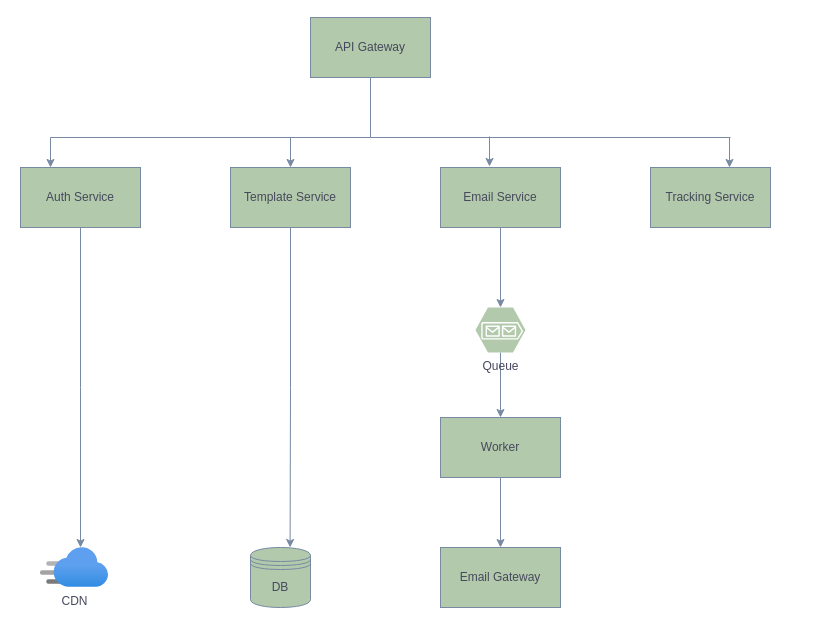
VikashChauhan51/system-design keeps this draw.io diagram as docs/High Level System Design/Email Service/Email Service Architecture.drawio. Above is the earlier version. Source tidied: cells renumbered, new cells numbered last; positions are measured from the earlier drawing's top-left corner, leaving out a move shared by most shapes. Both pictures are drawn from the tidied source at 100%, with x=0, y=0 at pixel (20, 17).
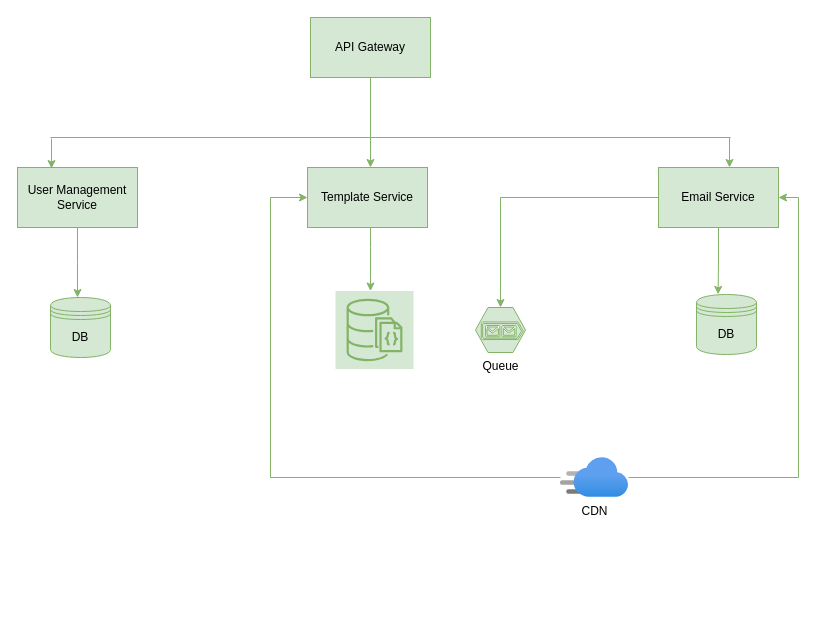
Above is the later version.

Commit message (it also covers changes not shown here):
completed email service design

Diff of the diagram source:
```diff
@@
-    <mxCell id="2" value="API Gateway" style="rounded=0;whiteSpace=wrap;html=1;labelBackgroundColor=none;fillColor=#B2C9AB;strokeColor=#788AA3;fontColor=#46495D;" parent="1" vertex="1">
+    <mxCell id="2" value="API Gateway" style="rounded=0;whiteSpace=wrap;html=1;labelBackgroundColor=none;fillColor=#d5e8d4;strokeColor=#82b366;" parent="1" vertex="1">
       <mxGeometry x="290" width="120" height="60" as="geometry" />
     </mxCell>
-    <mxCell id="3" style="edgeStyle=orthogonalEdgeStyle;rounded=0;jettySize=auto;html=1;labelBackgroundColor=none;strokeColor=#788AA3;fontColor=default;" parent="1" edge="1" source="4">
-      <mxGeometry relative="1" as="geometry">
-        <mxPoint x="60" y="530" as="targetPoint" />
-      </mxGeometry>
-    </mxCell>
+    <mxCell id="24" style="edgeStyle=orthogonalEdgeStyle;rounded=0;jettySize=auto;html=1;labelBackgroundColor=none;strokeColor=#82b366;fontColor=default;fillColor=#d5e8d4;" parent="1" edge="1" source="4">
+      <mxGeometry relative="1" as="geometry">
+        <mxPoint x="57" y="280" as="targetPoint" />
+      </mxGeometry>
+    </mxCell>
-    <mxCell id="4" value="Auth Service" style="rounded=0;whiteSpace=wrap;html=1;labelBackgroundColor=none;fillColor=#B2C9AB;strokeColor=#788AA3;fontColor=#46495D;" parent="1" vertex="1">
-      <mxGeometry y="150" width="120" height="60" as="geometry" />
+    <mxCell id="4" value="User Management Service" style="rounded=0;whiteSpace=wrap;html=1;labelBackgroundColor=none;fillColor=#d5e8d4;strokeColor=#82b366;" parent="1" vertex="1">
+      <mxGeometry x="-3" y="150" width="120" height="60" as="geometry" />
     </mxCell>
+    <mxCell id="25" style="edgeStyle=orthogonalEdgeStyle;rounded=0;jettySize=auto;html=1;labelBackgroundColor=none;strokeColor=#82b366;fontColor=default;fillColor=#d5e8d4;" parent="1" edge="1" source="5" target="28">
+      <mxGeometry relative="1" as="geometry">
+        <Array as="points">
+          <mxPoint x="350" y="230" />
+          <mxPoint x="350" y="230" />
+        </Array>
+      </mxGeometry>
+    </mxCell>
-    <mxCell id="5" value="Template Service" style="rounded=0;whiteSpace=wrap;html=1;labelBackgroundColor=none;fillColor=#B2C9AB;strokeColor=#788AA3;fontColor=#46495D;" parent="1" vertex="1">
-      <mxGeometry x="210" y="150" width="120" height="60" as="geometry" />
+    <mxCell id="5" value="Template Service" style="rounded=0;whiteSpace=wrap;html=1;labelBackgroundColor=none;fillColor=#d5e8d4;strokeColor=#82b366;" parent="1" vertex="1">
+      <mxGeometry x="287" y="150" width="120" height="60" as="geometry" />
     </mxCell>
-    <mxCell id="6" value="Email Service" style="rounded=0;whiteSpace=wrap;html=1;labelBackgroundColor=none;fillColor=#B2C9AB;strokeColor=#788AA3;fontColor=#46495D;" parent="1" vertex="1">
-      <mxGeometry x="420" y="150" width="120" height="60" as="geometry" />
+    <mxCell id="6" value="Email Service" style="rounded=0;whiteSpace=wrap;html=1;labelBackgroundColor=none;fillColor=#d5e8d4;strokeColor=#82b366;" parent="1" vertex="1">
+      <mxGeometry x="638" y="150" width="120" height="60" as="geometry" />
     </mxCell>
-    <mxCell id="7" value="Tracking Service" style="rounded=0;whiteSpace=wrap;html=1;labelBackgroundColor=none;fillColor=#B2C9AB;strokeColor=#788AA3;fontColor=#46495D;" parent="1" vertex="1">
-      <mxGeometry x="630" y="150" width="120" height="60" as="geometry" />
-    </mxCell>
-    <mxCell id="8" style="endArrow=none;html=1;rounded=0;exitX=0.5;exitY=1;exitDx=0;exitDy=0;labelBackgroundColor=none;strokeColor=#788AA3;fontColor=default;" parent="1" edge="1" source="2">
+    <mxCell id="8" style="endArrow=none;html=1;rounded=0;exitX=0.5;exitY=1;exitDx=0;exitDy=0;labelBackgroundColor=none;strokeColor=#82b366;fontColor=default;fillColor=#d5e8d4;" parent="1" edge="1" source="2">
       <mxGeometry relative="1" as="geometry">
         <mxPoint x="350" y="120" as="targetPoint" />
       </mxGeometry>
     </mxCell>
-    <mxCell id="9" style="endArrow=none;html=1;rounded=0;labelBackgroundColor=none;strokeColor=#788AA3;fontColor=default;" parent="1" edge="1">
+    <mxCell id="9" style="endArrow=none;html=1;rounded=0;labelBackgroundColor=none;strokeColor=#82b366;fontColor=default;fillColor=#d5e8d4;" parent="1" edge="1">
       <mxGeometry relative="1" as="geometry">
         <mxPoint x="30" y="120" as="sourcePoint" />
         <mxPoint x="350" y="120" as="targetPoint" />
       </mxGeometry>
     </mxCell>
-    <mxCell id="10" style="endArrow=none;html=1;rounded=0;labelBackgroundColor=none;strokeColor=#788AA3;fontColor=default;" parent="1" edge="1">
+    <mxCell id="10" style="endArrow=none;html=1;rounded=0;labelBackgroundColor=none;strokeColor=#82b366;fontColor=default;fillColor=#d5e8d4;" parent="1" edge="1">
       <mxGeometry relative="1" as="geometry">
         <mxPoint x="350" y="120" as="sourcePoint" />
         <mxPoint x="710" y="120" as="targetPoint" />
       </mxGeometry>
     </mxCell>
-    <mxCell id="11" style="endArrow=classic;html=1;rounded=0;entryX=0.25;entryY=0;entryDx=0;entryDy=0;labelBackgroundColor=none;strokeColor=#788AA3;fontColor=default;" parent="1" edge="1" target="4">
-      <mxGeometry relative="1" as="geometry">
-        <mxPoint x="30" y="120" as="sourcePoint" />
-      </mxGeometry>
-    </mxCell>
-    <mxCell id="12" style="endArrow=classic;html=1;rounded=0;labelBackgroundColor=none;strokeColor=#788AA3;fontColor=default;" parent="1" edge="1" target="5">
+    <mxCell id="12" style="endArrow=classic;html=1;rounded=0;labelBackgroundColor=none;strokeColor=#82b366;fontColor=default;fillColor=#d5e8d4;" parent="1" edge="1">
       <mxGeometry relative="1" as="geometry">
-        <mxPoint x="270" y="120" as="sourcePoint" />
+        <mxPoint x="350" y="120" as="sourcePoint" />
+        <mxPoint x="350" y="150" as="targetPoint" />
       </mxGeometry>
     </mxCell>
-    <mxCell id="13" style="endArrow=classic;html=1;rounded=0;labelBackgroundColor=none;strokeColor=#788AA3;fontColor=default;" parent="1" edge="1">
-      <mxGeometry relative="1" as="geometry">
-        <mxPoint x="469" y="119" as="sourcePoint" />
-        <mxPoint x="469" y="149" as="targetPoint" />
-      </mxGeometry>
-    </mxCell>
-    <mxCell id="14" style="endArrow=classic;html=1;rounded=0;labelBackgroundColor=none;strokeColor=#788AA3;fontColor=default;" parent="1" edge="1">
+    <mxCell id="14" style="endArrow=classic;html=1;rounded=0;labelBackgroundColor=none;strokeColor=#82b366;fontColor=default;fillColor=#d5e8d4;" parent="1" edge="1">
       <mxGeometry relative="1" as="geometry">
         <mxPoint x="709" y="120" as="sourcePoint" />
         <mxPoint x="709" y="150" as="targetPoint" />
       </mxGeometry>
     </mxCell>
-    <mxCell id="15" style="edgeStyle=orthogonalEdgeStyle;rounded=0;jettySize=auto;html=1;entryX=0.5;entryY=0;entryDx=0;entryDy=0;labelBackgroundColor=none;strokeColor=#788AA3;fontColor=default;" parent="1" edge="1" source="16" target="19">
-      <mxGeometry relative="1" as="geometry" />
-    </mxCell>
-    <mxCell id="16" value="Queue" style="verticalLabelPosition=bottom;html=1;verticalAlign=top;align=center;strokeColor=none;fillColor=#B2C9AB;shape=mxgraph.azure.storage_queue;labelBackgroundColor=none;fontColor=#46495D;" parent="1" vertex="1">
+    <mxCell id="16" value="Queue" style="verticalLabelPosition=bottom;html=1;verticalAlign=top;align=center;strokeColor=#82b366;fillColor=#d5e8d4;shape=mxgraph.azure.storage_queue;labelBackgroundColor=none;" parent="1" vertex="1">
       <mxGeometry x="455" y="290" width="50" height="45" as="geometry" />
     </mxCell>
-    <mxCell id="17" style="edgeStyle=orthogonalEdgeStyle;rounded=0;jettySize=auto;html=1;entryX=0.5;entryY=0;entryDx=0;entryDy=0;entryPerimeter=0;labelBackgroundColor=none;strokeColor=#788AA3;fontColor=default;" parent="1" edge="1" source="6" target="16">
+    <mxCell id="17" style="edgeStyle=orthogonalEdgeStyle;rounded=0;jettySize=auto;html=1;entryX=0.5;entryY=0;entryDx=0;entryDy=0;entryPerimeter=0;labelBackgroundColor=none;strokeColor=#82b366;fontColor=default;fillColor=#d5e8d4;" parent="1" edge="1" source="6" target="16">
       <mxGeometry relative="1" as="geometry" />
     </mxCell>
-    <mxCell id="18" style="edgeStyle=orthogonalEdgeStyle;rounded=0;jettySize=auto;html=1;labelBackgroundColor=none;strokeColor=#788AA3;fontColor=default;" parent="1" edge="1" source="19" target="20">
-      <mxGeometry relative="1" as="geometry" />
-    </mxCell>
-    <mxCell id="19" value="Worker" style="rounded=0;whiteSpace=wrap;html=1;labelBackgroundColor=none;fillColor=#B2C9AB;strokeColor=#788AA3;fontColor=#46495D;" parent="1" vertex="1">
-      <mxGeometry x="420" y="400" width="120" height="60" as="geometry" />
-    </mxCell>
-    <mxCell id="20" value="Email Gateway" style="rounded=0;whiteSpace=wrap;html=1;labelBackgroundColor=none;fillColor=#B2C9AB;strokeColor=#788AA3;fontColor=#46495D;" parent="1" vertex="1">
-      <mxGeometry x="420" y="530" width="120" height="60" as="geometry" />
-    </mxCell>
-    <mxCell id="21" value="DB" style="shape=datastore;whiteSpace=wrap;html=1;labelBackgroundColor=none;fillColor=#B2C9AB;strokeColor=#788AA3;fontColor=#46495D;" parent="1" vertex="1">
-      <mxGeometry x="230" y="530" width="60" height="60" as="geometry" />
-    </mxCell>
-    <mxCell id="22" style="edgeStyle=orthogonalEdgeStyle;rounded=0;jettySize=auto;html=1;entryX=0.66;entryY=0;entryDx=0;entryDy=0;entryPerimeter=0;labelBackgroundColor=none;strokeColor=#788AA3;fontColor=default;" parent="1" edge="1" source="5" target="21">
-      <mxGeometry relative="1" as="geometry" />
-    </mxCell>
+    <mxCell id="26" value="DB" style="shape=datastore;whiteSpace=wrap;html=1;labelBackgroundColor=none;fillColor=#d5e8d4;strokeColor=#82b366;" parent="1" vertex="1">
+      <mxGeometry x="30" y="280" width="60" height="60" as="geometry" />
+    </mxCell>
+    <mxCell id="27" value="DB" style="shape=datastore;whiteSpace=wrap;html=1;labelBackgroundColor=none;fillColor=#d5e8d4;strokeColor=#82b366;" parent="1" vertex="1">
+      <mxGeometry x="676" y="277" width="60" height="60" as="geometry" />
+    </mxCell>
+    <mxCell id="28" style="sketch=0;points=[[0,0,0],[0.25,0,0],[0.5,0,0],[0.75,0,0],[1,0,0],[0,1,0],[0.25,1,0],[0.5,1,0],[0.75,1,0],[1,1,0],[0,0.25,0],[0,0.5,0],[0,0.75,0],[1,0.25,0],[1,0.5,0],[1,0.75,0]];outlineConnect=0;fillColor=#d5e8d4;strokeColor=#82b366;dashed=0;verticalLabelPosition=bottom;verticalAlign=top;align=center;html=1;fontSize=12;fontStyle=0;shape=mxgraph.aws4.resourceIcon;resIcon=mxgraph.aws4.documentdb_with_mongodb_compatibility;labelBackgroundColor=none;" parent="1" vertex="1">
+      <mxGeometry x="315" y="273.5" width="78" height="78" as="geometry" />
+    </mxCell>
+    <mxCell id="29" style="edgeStyle=orthogonalEdgeStyle;rounded=0;jettySize=auto;html=1;entryX=0.36;entryY=-0.003;entryDx=0;entryDy=0;entryPerimeter=0;labelBackgroundColor=none;strokeColor=#82b366;fontColor=default;fillColor=#d5e8d4;" parent="1" edge="1" source="6" target="27">
+      <mxGeometry relative="1" as="geometry" />
+    </mxCell>
+    <mxCell id="30" style="endArrow=classic;html=1;rounded=0;labelBackgroundColor=none;strokeColor=#82b366;fontColor=default;fillColor=#d5e8d4;" parent="1" edge="1">
+      <mxGeometry relative="1" as="geometry">
+        <mxPoint x="31" y="121" as="sourcePoint" />
+        <mxPoint x="31" y="151" as="targetPoint" />
+      </mxGeometry>
+    </mxCell>
+    <mxCell id="31" style="edgeStyle=orthogonalEdgeStyle;rounded=0;jettySize=auto;html=1;entryX=1;entryY=0.5;entryDx=0;entryDy=0;labelBackgroundColor=none;strokeColor=#82b366;fontColor=default;fillColor=#d5e8d4;" parent="1" edge="1" source="23" target="6">
+      <mxGeometry relative="1" as="geometry" />
+    </mxCell>
+    <mxCell id="32" style="edgeStyle=orthogonalEdgeStyle;rounded=0;jettySize=auto;html=1;entryX=0;entryY=0.5;entryDx=0;entryDy=0;labelBackgroundColor=none;strokeColor=#82b366;fontColor=default;fillColor=#d5e8d4;" parent="1" edge="1" source="23" target="5">
+      <mxGeometry relative="1" as="geometry">
+        <Array as="points">
+          <mxPoint x="250" y="460" />
+          <mxPoint x="250" y="180" />
+        </Array>
+      </mxGeometry>
+    </mxCell>
-    <mxCell id="23" value="CDN" style="image;html=1;points=[];align=center;fontSize=12;image=img/lib/azure2/networking/CDN_Profiles.svg;labelBackgroundColor=none;fillColor=#B2C9AB;strokeColor=#788AA3;fontColor=#46495D;" parent="1" vertex="1">
-      <mxGeometry x="20" y="530" width="68" height="40" as="geometry" />
+    <mxCell id="23" value="CDN" style="image;html=1;points=[];align=center;fontSize=12;image=img/lib/azure2/networking/CDN_Profiles.svg;labelBackgroundColor=none;fillColor=#d5e8d4;strokeColor=#82b366;" parent="1" vertex="1">
+      <mxGeometry x="540" y="440" width="68" height="40" as="geometry" />
     </mxCell>
```
